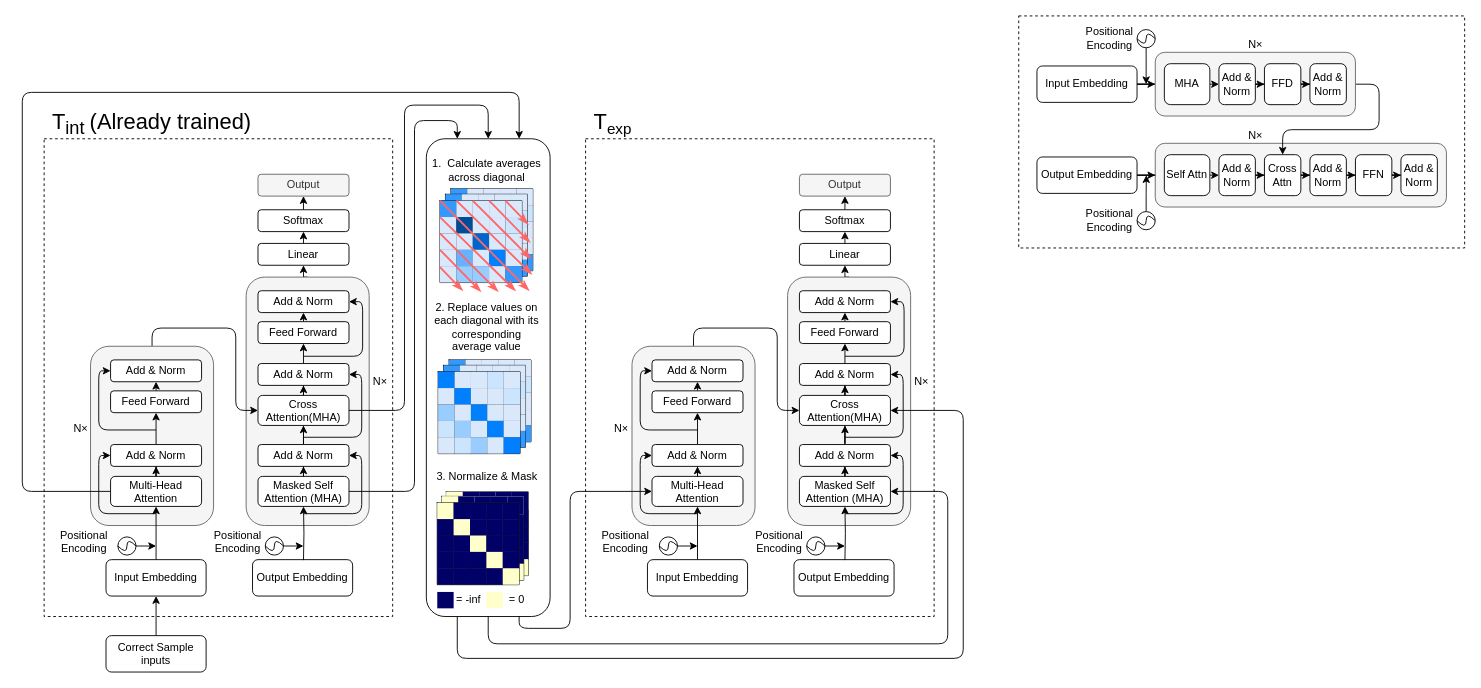
shaoxiongduan/AttentionBiasCalibration keeps this draw.io diagram as graphs/Untitled Diagram.drawio. Above is the earlier version. Source tidied: cells renumbered, new cells numbered last; positions are measured from the earlier drawing's top-left corner, leaving out a move shared by most shapes. Both pictures are drawn from the tidied source at 91%, with x=0, y=0 at pixel (22, 15).
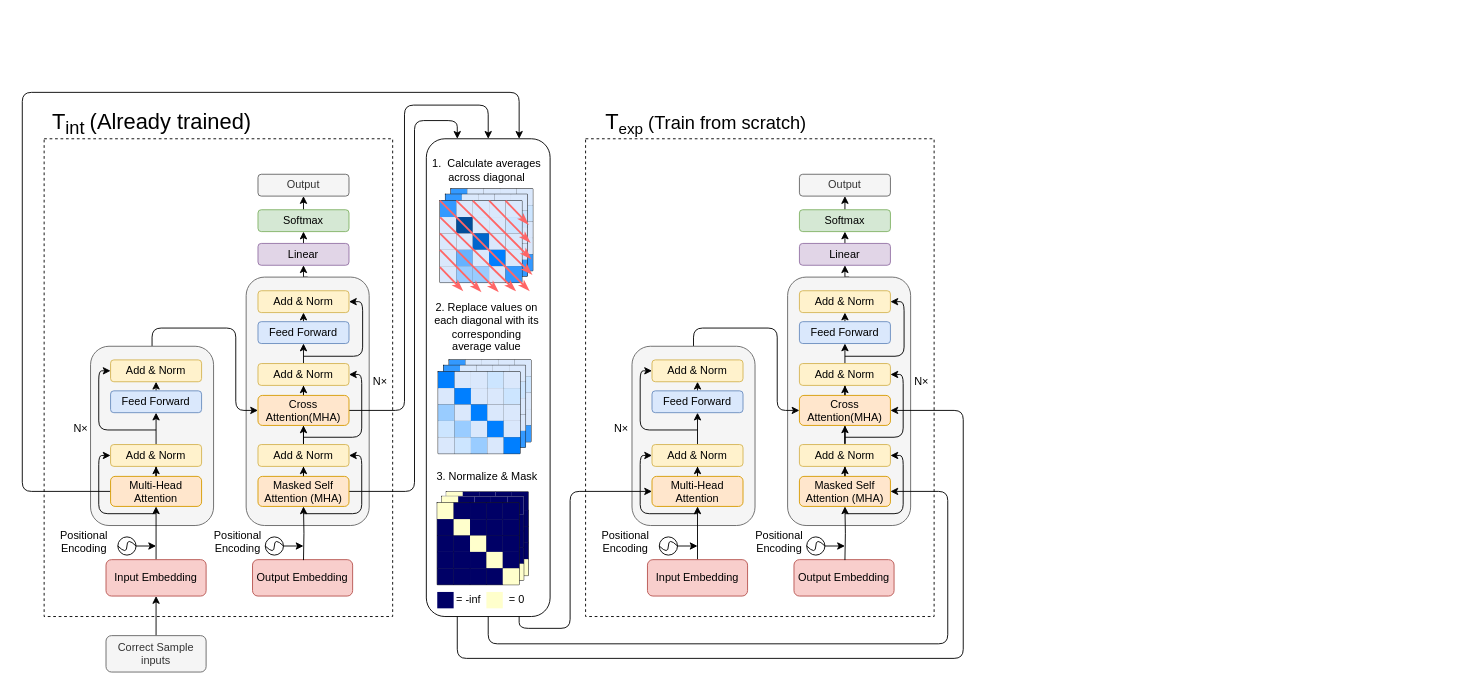
After the change.

The edit, as a diff of the source:
```diff
@@
-    <mxCell id="69" style="rounded=0;whiteSpace=wrap;html=1;dashed=1;glass=0;" parent="1" vertex="1">
-      <mxGeometry x="1095" width="490" height="255" as="geometry" />
-    </mxCell>
-    <mxCell id="70" style="rounded=1;whiteSpace=wrap;html=1;align=center;shadow=0;fillColor=#f5f5f5;fontColor=#333333;strokeColor=#666666;" parent="1" vertex="1">
-      <mxGeometry x="1245" y="140" width="320" height="70" as="geometry" />
-    </mxCell>
@@
-    <mxCell id="73" style="edgeStyle=orthogonalEdgeStyle;rounded=0;jettySize=auto;html=1;entryX=0;entryY=0.5;entryDx=0;entryDy=0;" parent="1" edge="1" source="74" target="78">
-      <mxGeometry relative="1" as="geometry" />
-    </mxCell>
-    <mxCell id="74" value="Input Embedding" style="rounded=1;whiteSpace=wrap;html=1;" parent="1" vertex="1">
-      <mxGeometry x="1115" y="55" width="110" height="40" as="geometry" />
-    </mxCell>
-    <mxCell id="75" style="edgeStyle=orthogonalEdgeStyle;rounded=0;jettySize=auto;html=1;entryX=0;entryY=0.5;entryDx=0;entryDy=0;" parent="1" edge="1" source="76" target="70">
-      <mxGeometry relative="1" as="geometry" />
-    </mxCell>
-    <mxCell id="76" value="Output Embedding" style="rounded=1;whiteSpace=wrap;html=1;" parent="1" vertex="1">
-      <mxGeometry x="1115" y="155" width="110" height="40" as="geometry" />
-    </mxCell>
-    <mxCell id="77" style="edgeStyle=orthogonalEdgeStyle;rounded=1;jettySize=auto;html=1;exitX=1;exitY=0.5;exitDx=0;exitDy=0;entryX=0.5;entryY=0;entryDx=0;entryDy=0;" parent="1" edge="1" source="78" target="92">
-      <mxGeometry relative="1" as="geometry">
-        <Array as="points">
-          <mxPoint x="1491" y="75" />
-          <mxPoint x="1491" y="125" />
-          <mxPoint x="1385" y="125" />
-        </Array>
-      </mxGeometry>
-    </mxCell>
-    <mxCell id="78" style="rounded=1;whiteSpace=wrap;html=1;align=center;fillColor=#f5f5f5;fontColor=#333333;strokeColor=#666666;" parent="1" vertex="1">
-      <mxGeometry x="1245" y="40" width="220" height="70" as="geometry" />
-    </mxCell>
-    <mxCell id="79" style="edgeStyle=orthogonalEdgeStyle;rounded=0;jettySize=auto;html=1;exitX=1;exitY=0.5;exitDx=0;exitDy=0;entryX=0;entryY=0.5;entryDx=0;entryDy=0;" parent="1" edge="1" source="80" target="82">
-      <mxGeometry relative="1" as="geometry" />
-    </mxCell>
-    <mxCell id="80" value="MHA" style="rounded=1;whiteSpace=wrap;html=1;" parent="1" vertex="1">
-      <mxGeometry x="1255" y="52.5" width="50" height="45" as="geometry" />
-    </mxCell>
-    <mxCell id="81" style="edgeStyle=orthogonalEdgeStyle;rounded=0;jettySize=auto;html=1;entryX=0;entryY=0.5;entryDx=0;entryDy=0;" parent="1" edge="1" source="82" target="84">
-      <mxGeometry relative="1" as="geometry" />
-    </mxCell>
-    <mxCell id="82" value="Add &amp;amp; Norm" style="rounded=1;whiteSpace=wrap;html=1;" parent="1" vertex="1">
-      <mxGeometry x="1315" y="52.5" width="40" height="45" as="geometry" />
-    </mxCell>
-    <mxCell id="83" style="edgeStyle=orthogonalEdgeStyle;rounded=0;jettySize=auto;html=1;entryX=0;entryY=0.5;entryDx=0;entryDy=0;" parent="1" edge="1" source="84" target="85">
-      <mxGeometry relative="1" as="geometry" />
-    </mxCell>
-    <mxCell id="84" value="FFD" style="rounded=1;whiteSpace=wrap;html=1;" parent="1" vertex="1">
-      <mxGeometry x="1365" y="52.5" width="40" height="45" as="geometry" />
-    </mxCell>
-    <mxCell id="85" value="Add &amp;amp; Norm" style="rounded=1;whiteSpace=wrap;html=1;" parent="1" vertex="1">
-      <mxGeometry x="1415" y="52.5" width="40" height="45" as="geometry" />
-    </mxCell>
-    <mxCell id="86" value="N×" style="text;html=1;align=center;verticalAlign=middle;strokeColor=none;fillColor=none;" parent="1" vertex="1">
-      <mxGeometry x="1335" y="17" width="40" height="30" as="geometry" />
-    </mxCell>
-    <mxCell id="87" style="edgeStyle=orthogonalEdgeStyle;rounded=0;jettySize=auto;html=1;exitX=1;exitY=0.5;exitDx=0;exitDy=0;entryX=0;entryY=0.5;entryDx=0;entryDy=0;" parent="1" edge="1" source="88" target="90">
-      <mxGeometry relative="1" as="geometry" />
-    </mxCell>
-    <mxCell id="88" value="Self Attn" style="rounded=1;whiteSpace=wrap;html=1;" parent="1" vertex="1">
-      <mxGeometry x="1255" y="152.5" width="50" height="45" as="geometry" />
-    </mxCell>
-    <mxCell id="89" style="edgeStyle=orthogonalEdgeStyle;rounded=0;jettySize=auto;html=1;entryX=0;entryY=0.5;entryDx=0;entryDy=0;" parent="1" edge="1" source="90" target="92">
-      <mxGeometry relative="1" as="geometry" />
-    </mxCell>
-    <mxCell id="90" value="Add &amp;amp; Norm" style="rounded=1;whiteSpace=wrap;html=1;" parent="1" vertex="1">
-      <mxGeometry x="1315" y="152.5" width="40" height="45" as="geometry" />
-    </mxCell>
-    <mxCell id="91" style="edgeStyle=orthogonalEdgeStyle;rounded=0;jettySize=auto;html=1;entryX=0;entryY=0.5;entryDx=0;entryDy=0;" parent="1" edge="1" source="92" target="94">
-      <mxGeometry relative="1" as="geometry" />
-    </mxCell>
-    <mxCell id="92" value="Cross Attn" style="rounded=1;whiteSpace=wrap;html=1;" parent="1" vertex="1">
-      <mxGeometry x="1365" y="152.5" width="40" height="45" as="geometry" />
-    </mxCell>
-    <mxCell id="93" style="edgeStyle=orthogonalEdgeStyle;rounded=0;jettySize=auto;html=1;entryX=0;entryY=0.5;entryDx=0;entryDy=0;" parent="1" edge="1" source="94" target="97">
-      <mxGeometry relative="1" as="geometry" />
-    </mxCell>
-    <mxCell id="94" value="Add &amp;amp; Norm" style="rounded=1;whiteSpace=wrap;html=1;" parent="1" vertex="1">
-      <mxGeometry x="1415" y="152.5" width="40" height="45" as="geometry" />
-    </mxCell>
-    <mxCell id="95" value="N×" style="text;html=1;align=center;verticalAlign=middle;strokeColor=none;fillColor=none;" parent="1" vertex="1">
-      <mxGeometry x="1335" y="117" width="40" height="30" as="geometry" />
-    </mxCell>
-    <mxCell id="96" style="edgeStyle=orthogonalEdgeStyle;rounded=0;jettySize=auto;html=1;entryX=0;entryY=0.5;entryDx=0;entryDy=0;" parent="1" edge="1" source="97" target="98">
-      <mxGeometry relative="1" as="geometry" />
-    </mxCell>
-    <mxCell id="97" value="FFN" style="rounded=1;whiteSpace=wrap;html=1;" parent="1" vertex="1">
-      <mxGeometry x="1465" y="152.5" width="40" height="45" as="geometry" />
-    </mxCell>
-    <mxCell id="98" value="Add &amp;amp; Norm" style="rounded=1;whiteSpace=wrap;html=1;" parent="1" vertex="1">
-      <mxGeometry x="1515" y="152.5" width="40" height="45" as="geometry" />
-    </mxCell>
-    <mxCell id="99" style="edgeStyle=orthogonalEdgeStyle;rounded=0;jettySize=auto;html=1;" parent="1" edge="1" source="101">
-      <mxGeometry relative="1" as="geometry">
-        <mxPoint x="1235" y="75" as="targetPoint" />
-      </mxGeometry>
-    </mxCell>
-    <mxCell id="100" style="group;" parent="1" vertex="1">
-      <mxGeometry x="1225" y="15" width="20" height="20" as="geometry" />
-    </mxCell>
-    <mxCell id="101" style="ellipse;whiteSpace=wrap;html=1;" parent="100" vertex="1">
-      <mxGeometry width="20" height="20" as="geometry" />
-    </mxCell>
-    <mxCell id="102" style="curved=1;endArrow=none;html=1;rounded=0;exitX=0;exitY=0.5;exitDx=0;exitDy=0;entryX=1;entryY=0.5;entryDx=0;entryDy=0;endFill=0;" parent="100" edge="1" source="101" target="101">
-      <mxGeometry relative="1" as="geometry">
-        <Array as="points">
-          <mxPoint x="10" y="20" />
-          <mxPoint x="10" />
-        </Array>
-      </mxGeometry>
-    </mxCell>
-    <mxCell id="103" value="Positional Encoding" style="text;html=1;strokeColor=none;fillColor=none;align=center;verticalAlign=middle;whiteSpace=wrap;rounded=0;" parent="1" vertex="1">
-      <mxGeometry x="1155" y="10" width="80" height="30" as="geometry" />
-    </mxCell>
-    <mxCell id="104" style="group;" parent="1" vertex="1">
-      <mxGeometry x="1225" y="215" width="20" height="20" as="geometry" />
-    </mxCell>
-    <mxCell id="105" style="edgeStyle=orthogonalEdgeStyle;rounded=0;jettySize=auto;html=1;exitX=0.5;exitY=0;exitDx=0;exitDy=0;" parent="104" edge="1" source="106">
-      <mxGeometry relative="1" as="geometry">
-        <mxPoint x="10.2" y="-40" as="targetPoint" />
-      </mxGeometry>
-    </mxCell>
-    <mxCell id="106" style="ellipse;whiteSpace=wrap;html=1;" parent="104" vertex="1">
-      <mxGeometry width="20" height="20" as="geometry" />
-    </mxCell>
-    <mxCell id="107" style="curved=1;endArrow=none;html=1;rounded=0;exitX=0;exitY=0.5;exitDx=0;exitDy=0;entryX=1;entryY=0.5;entryDx=0;entryDy=0;endFill=0;" parent="104" edge="1" source="106" target="106">
-      <mxGeometry relative="1" as="geometry">
-        <Array as="points">
-          <mxPoint x="10" y="20" />
-          <mxPoint x="10" />
-        </Array>
-      </mxGeometry>
-    </mxCell>
-    <mxCell id="108" value="Positional Encoding" style="text;html=1;strokeColor=none;fillColor=none;align=center;verticalAlign=middle;whiteSpace=wrap;rounded=0;" parent="1" vertex="1">
-      <mxGeometry x="1155" y="210" width="80" height="30" as="geometry" />
-    </mxCell>
@@
-    <mxCell id="110" value="Input Embedding" style="rounded=1;whiteSpace=wrap;html=1;" parent="1" vertex="1">
+    <mxCell id="110" value="Input Embedding" style="rounded=1;whiteSpace=wrap;html=1;fillColor=#f8cecc;strokeColor=#b85450;" parent="1" vertex="1">
       <mxGeometry x="92" y="597.5" width="110" height="40" as="geometry" />
     </mxCell>
-    <mxCell id="111" value="Output Embedding" style="rounded=1;whiteSpace=wrap;html=1;" parent="1" vertex="1">
+    <mxCell id="111" value="Output Embedding" style="rounded=1;whiteSpace=wrap;html=1;fillColor=#f8cecc;strokeColor=#b85450;" parent="1" vertex="1">
       <mxGeometry x="253" y="597.5" width="110" height="40" as="geometry" />
     </mxCell>
@@
-    <mxCell id="120" value="Multi-Head Attention" style="rounded=1;whiteSpace=wrap;html=1;" parent="1" vertex="1">
+    <mxCell id="120" value="Multi-Head Attention" style="rounded=1;whiteSpace=wrap;html=1;fillColor=#ffe6cc;strokeColor=#d79b00;" parent="1" vertex="1">
       <mxGeometry x="97" y="506" width="100" height="33" as="geometry" />
     </mxCell>
@@
-    <mxCell id="122" value="Add &amp;amp; Norm" style="rounded=1;whiteSpace=wrap;html=1;" parent="1" vertex="1">
+    <mxCell id="122" value="Add &amp;amp; Norm" style="rounded=1;whiteSpace=wrap;html=1;fillColor=#fff2cc;strokeColor=#d6b656;" parent="1" vertex="1">
       <mxGeometry x="97" y="471" width="100" height="24" as="geometry" />
     </mxCell>
@@
-    <mxCell id="125" value="Feed Forward" style="rounded=1;whiteSpace=wrap;html=1;" parent="1" vertex="1">
+    <mxCell id="125" value="Feed Forward" style="rounded=1;whiteSpace=wrap;html=1;fillColor=#dae8fc;strokeColor=#6c8ebf;" parent="1" vertex="1">
       <mxGeometry x="97" y="412" width="100" height="24" as="geometry" />
     </mxCell>
-    <mxCell id="126" value="Add &amp;amp; Norm" style="rounded=1;whiteSpace=wrap;html=1;" parent="1" vertex="1">
+    <mxCell id="126" value="Add &amp;amp; Norm" style="rounded=1;whiteSpace=wrap;html=1;fillColor=#fff2cc;strokeColor=#d6b656;" parent="1" vertex="1">
       <mxGeometry x="97" y="378" width="100" height="24" as="geometry" />
     </mxCell>
@@
-    <mxCell id="135" value="Masked Self Attention (MHA)" style="rounded=1;whiteSpace=wrap;html=1;" parent="1" vertex="1">
+    <mxCell id="135" value="Masked Self Attention (MHA)" style="rounded=1;whiteSpace=wrap;html=1;fillColor=#ffe6cc;strokeColor=#d79b00;" parent="1" vertex="1">
       <mxGeometry x="259" y="506" width="100" height="33" as="geometry" />
     </mxCell>
@@
-    <mxCell id="137" value="Add &amp;amp; Norm" style="rounded=1;whiteSpace=wrap;html=1;" parent="1" vertex="1">
+    <mxCell id="137" value="Add &amp;amp; Norm" style="rounded=1;whiteSpace=wrap;html=1;fillColor=#fff2cc;strokeColor=#d6b656;" parent="1" vertex="1">
       <mxGeometry x="259" y="471" width="100" height="24" as="geometry" />
     </mxCell>
@@
-    <mxCell id="140" value="Feed Forward" style="rounded=1;whiteSpace=wrap;html=1;" parent="1" vertex="1">
+    <mxCell id="140" value="Feed Forward" style="rounded=1;whiteSpace=wrap;html=1;fillColor=#dae8fc;strokeColor=#6c8ebf;" parent="1" vertex="1">
       <mxGeometry x="259" y="336" width="100" height="24" as="geometry" />
     </mxCell>
-    <mxCell id="141" value="Add &amp;amp; Norm" style="rounded=1;whiteSpace=wrap;html=1;" parent="1" vertex="1">
+    <mxCell id="141" value="Add &amp;amp; Norm" style="rounded=1;whiteSpace=wrap;html=1;fillColor=#fff2cc;strokeColor=#d6b656;" parent="1" vertex="1">
       <mxGeometry x="259" y="302" width="100" height="24" as="geometry" />
     </mxCell>
@@
-    <mxCell id="146" value="Cross Attention(MHA)" style="rounded=1;whiteSpace=wrap;html=1;" parent="1" vertex="1">
+    <mxCell id="146" value="Cross Attention(MHA)" style="rounded=1;whiteSpace=wrap;html=1;fillColor=#ffe6cc;strokeColor=#d79b00;" parent="1" vertex="1">
       <mxGeometry x="259" y="417" width="100" height="33" as="geometry" />
     </mxCell>
@@
-    <mxCell id="148" value="Add &amp;amp; Norm" style="rounded=1;whiteSpace=wrap;html=1;" parent="1" vertex="1">
+    <mxCell id="148" value="Add &amp;amp; Norm" style="rounded=1;whiteSpace=wrap;html=1;fillColor=#fff2cc;strokeColor=#d6b656;" parent="1" vertex="1">
       <mxGeometry x="259" y="382" width="100" height="24" as="geometry" />
     </mxCell>
@@
-    <mxCell id="150" value="Linear" style="rounded=1;whiteSpace=wrap;html=1;" parent="1" vertex="1">
+    <mxCell id="150" value="Linear" style="rounded=1;whiteSpace=wrap;html=1;fillColor=#e1d5e7;strokeColor=#9673a6;" parent="1" vertex="1">
       <mxGeometry x="259" y="250" width="100" height="24" as="geometry" />
     </mxCell>
@@
-    <mxCell id="152" value="Softmax" style="rounded=1;whiteSpace=wrap;html=1;" parent="1" vertex="1">
+    <mxCell id="152" value="Softmax" style="rounded=1;whiteSpace=wrap;html=1;fillColor=#d5e8d4;strokeColor=#82b366;" parent="1" vertex="1">
       <mxGeometry x="259" y="213" width="100" height="24" as="geometry" />
     </mxCell>
@@
-    <mxCell id="160" value="Input Embedding" style="rounded=1;whiteSpace=wrap;html=1;" parent="1" vertex="1">
+    <mxCell id="160" value="Input Embedding" style="rounded=1;whiteSpace=wrap;html=1;fillColor=#f8cecc;strokeColor=#b85450;" parent="1" vertex="1">
       <mxGeometry x="687" y="597.5" width="110" height="40" as="geometry" />
     </mxCell>
-    <mxCell id="161" value="Output Embedding" style="rounded=1;whiteSpace=wrap;html=1;" parent="1" vertex="1">
+    <mxCell id="161" value="Output Embedding" style="rounded=1;whiteSpace=wrap;html=1;fillColor=#f8cecc;strokeColor=#b85450;" parent="1" vertex="1">
       <mxGeometry x="848" y="597.5" width="110" height="40" as="geometry" />
     </mxCell>
@@
-    <mxCell id="169" value="Multi-Head Attention" style="rounded=1;whiteSpace=wrap;html=1;" parent="1" vertex="1">
+    <mxCell id="169" value="Multi-Head Attention" style="rounded=1;whiteSpace=wrap;html=1;fillColor=#ffe6cc;strokeColor=#d79b00;" parent="1" vertex="1">
       <mxGeometry x="692" y="506" width="100" height="33" as="geometry" />
     </mxCell>
@@
-    <mxCell id="171" value="Add &amp;amp; Norm" style="rounded=1;whiteSpace=wrap;html=1;" parent="1" vertex="1">
+    <mxCell id="171" value="Add &amp;amp; Norm" style="rounded=1;whiteSpace=wrap;html=1;fillColor=#fff2cc;strokeColor=#d6b656;" parent="1" vertex="1">
       <mxGeometry x="692" y="471" width="100" height="24" as="geometry" />
     </mxCell>
@@
-    <mxCell id="174" value="Feed Forward" style="rounded=1;whiteSpace=wrap;html=1;" parent="1" vertex="1">
+    <mxCell id="174" value="Feed Forward" style="rounded=1;whiteSpace=wrap;html=1;fillColor=#dae8fc;strokeColor=#6c8ebf;" parent="1" vertex="1">
       <mxGeometry x="692" y="412" width="100" height="24" as="geometry" />
     </mxCell>
-    <mxCell id="175" value="Add &amp;amp; Norm" style="rounded=1;whiteSpace=wrap;html=1;" parent="1" vertex="1">
+    <mxCell id="175" value="Add &amp;amp; Norm" style="rounded=1;whiteSpace=wrap;html=1;fillColor=#fff2cc;strokeColor=#d6b656;" parent="1" vertex="1">
       <mxGeometry x="692" y="378" width="100" height="24" as="geometry" />
     </mxCell>
@@
-    <mxCell id="183" value="Masked Self Attention (MHA)" style="rounded=1;whiteSpace=wrap;html=1;" parent="1" vertex="1">
+    <mxCell id="183" value="Masked Self Attention (MHA)" style="rounded=1;whiteSpace=wrap;html=1;fillColor=#ffe6cc;strokeColor=#d79b00;" parent="1" vertex="1">
       <mxGeometry x="854" y="506" width="100" height="33" as="geometry" />
     </mxCell>
@@
-    <mxCell id="185" value="Add &amp;amp; Norm" style="rounded=1;whiteSpace=wrap;html=1;" parent="1" vertex="1">
+    <mxCell id="185" value="Add &amp;amp; Norm" style="rounded=1;whiteSpace=wrap;html=1;fillColor=#fff2cc;strokeColor=#d6b656;" parent="1" vertex="1">
       <mxGeometry x="854" y="471" width="100" height="24" as="geometry" />
     </mxCell>
@@
-    <mxCell id="188" value="Feed Forward" style="rounded=1;whiteSpace=wrap;html=1;" parent="1" vertex="1">
+    <mxCell id="188" value="Feed Forward" style="rounded=1;whiteSpace=wrap;html=1;fillColor=#dae8fc;strokeColor=#6c8ebf;" parent="1" vertex="1">
       <mxGeometry x="854" y="336" width="100" height="24" as="geometry" />
     </mxCell>
-    <mxCell id="189" value="Add &amp;amp; Norm" style="rounded=1;whiteSpace=wrap;html=1;" parent="1" vertex="1">
+    <mxCell id="189" value="Add &amp;amp; Norm" style="rounded=1;whiteSpace=wrap;html=1;fillColor=#fff2cc;strokeColor=#d6b656;" parent="1" vertex="1">
       <mxGeometry x="854" y="302" width="100" height="24" as="geometry" />
     </mxCell>
@@
-    <mxCell id="193" value="Cross Attention(MHA)" style="rounded=1;whiteSpace=wrap;html=1;" parent="1" vertex="1">
+    <mxCell id="193" value="Cross Attention(MHA)" style="rounded=1;whiteSpace=wrap;html=1;fillColor=#ffe6cc;strokeColor=#d79b00;" parent="1" vertex="1">
       <mxGeometry x="854" y="417" width="100" height="33" as="geometry" />
     </mxCell>
@@
-    <mxCell id="195" value="Add &amp;amp; Norm" style="rounded=1;whiteSpace=wrap;html=1;" parent="1" vertex="1">
+    <mxCell id="195" value="Add &amp;amp; Norm" style="rounded=1;whiteSpace=wrap;html=1;fillColor=#fff2cc;strokeColor=#d6b656;" parent="1" vertex="1">
       <mxGeometry x="854" y="382" width="100" height="24" as="geometry" />
     </mxCell>
@@
-    <mxCell id="197" value="Linear" style="rounded=1;whiteSpace=wrap;html=1;" parent="1" vertex="1">
+    <mxCell id="197" value="Linear" style="rounded=1;whiteSpace=wrap;html=1;fillColor=#e1d5e7;strokeColor=#9673a6;" parent="1" vertex="1">
       <mxGeometry x="854" y="250" width="100" height="24" as="geometry" />
     </mxCell>
@@
-    <mxCell id="199" value="Softmax" style="rounded=1;whiteSpace=wrap;html=1;" parent="1" vertex="1">
+    <mxCell id="199" value="Softmax" style="rounded=1;whiteSpace=wrap;html=1;fillColor=#d5e8d4;strokeColor=#82b366;" parent="1" vertex="1">
       <mxGeometry x="854" y="213" width="100" height="24" as="geometry" />
     </mxCell>
@@
-    <mxCell id="209" value="&lt;font style=&quot;font-size: 24px;&quot;&gt;T&lt;/font&gt;&lt;font style=&quot;font-size: 20px;&quot;&gt;&lt;sub&gt;exp&lt;/sub&gt;&lt;/font&gt;" style="text;html=1;strokeColor=none;fillColor=none;align=center;verticalAlign=middle;whiteSpace=wrap;rounded=0;" parent="1" vertex="1">
-      <mxGeometry x="619" y="103" width="60" height="30" as="geometry" />
+    <mxCell id="209" value="&lt;font style=&quot;font-size: 24px;&quot;&gt;T&lt;/font&gt;&lt;font style=&quot;font-size: 20px;&quot;&gt;&lt;sub&gt;exp&lt;/sub&gt;&amp;nbsp;(Train from scratch)&lt;/font&gt;" style="text;html=1;strokeColor=none;fillColor=none;align=center;verticalAlign=middle;whiteSpace=wrap;rounded=0;" parent="1" vertex="1">
+      <mxGeometry x="619" y="103" width="265" height="30" as="geometry" />
     </mxCell>
@@
-    <mxCell id="447" value="Correct Sample inputs" style="rounded=1;whiteSpace=wrap;html=1;" parent="1" vertex="1">
+    <mxCell id="447" value="Correct Sample inputs" style="rounded=1;whiteSpace=wrap;html=1;fillColor=#f5f5f5;fontColor=#333333;strokeColor=#666666;" parent="1" vertex="1">
       <mxGeometry x="92" y="681" width="110" height="40" as="geometry" />
     </mxCell>
```
